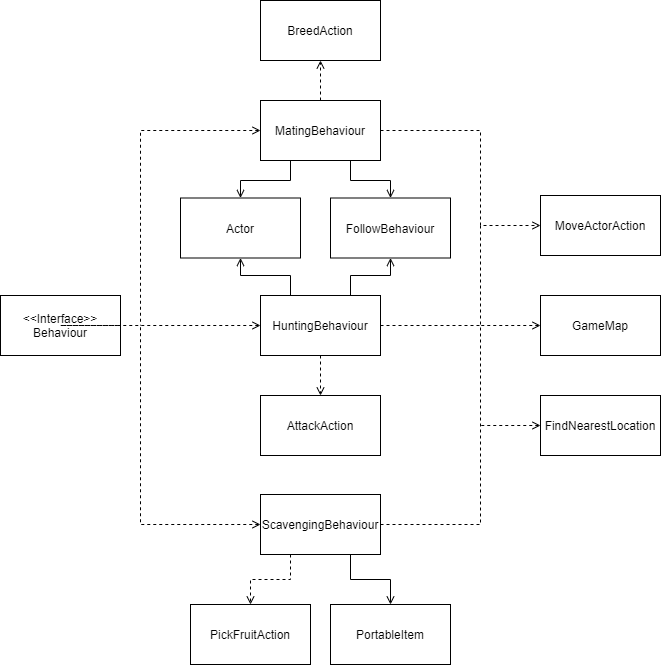
Nochl/Jurrasic_Park_Sim keeps this draw.io diagram as docs/FIT2099_A1_UML_Behaviour.png. Above is the earlier version. Source tidied: cells renumbered, new cells last; positions are measured from the earlier drawing's top-left corner, leaving out a move shared by most shapes.
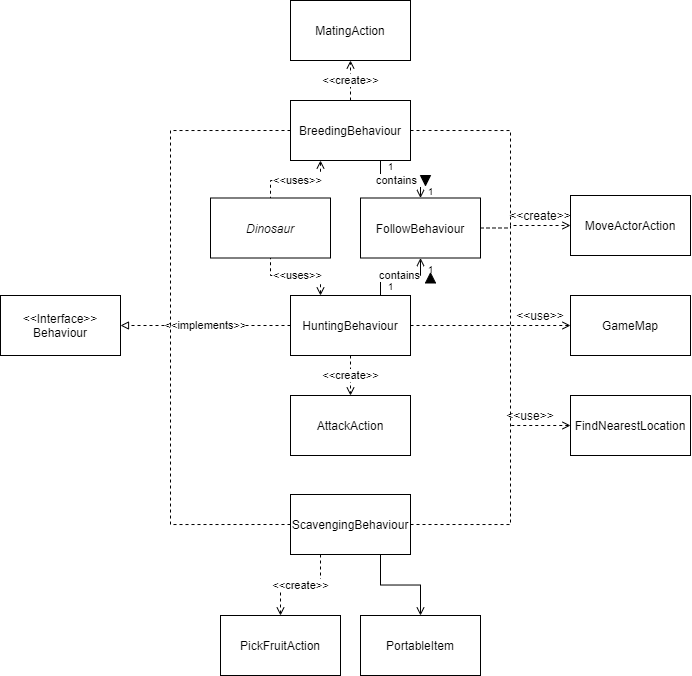
After the change.

Commit message:
fixed arrows and relationships. Added multiplicities and tags

What changed in the source:
```diff
@@ -2,10 +2,10 @@
   <root>
     <mxCell id="0" />
     <mxCell id="1" parent="0" />
-    <mxCell id="2" style="edgeStyle=orthogonalEdgeStyle;rounded=0;jettySize=auto;html=1;entryX=0.5;entryY=1;entryDx=0;entryDy=0;dashed=1;endArrow=open;endFill=0;" parent="1" edge="1" source="5" target="18">
+    <mxCell id="2" value="&amp;lt;&amp;lt;create&amp;gt;&amp;gt;" style="edgeStyle=orthogonalEdgeStyle;rounded=0;jettySize=auto;html=1;entryX=0.5;entryY=1;entryDx=0;entryDy=0;dashed=1;endArrow=open;endFill=0;" parent="1" edge="1" source="5" target="18">
       <mxGeometry relative="1" as="geometry" />
     </mxCell>
-    <mxCell id="3" style="edgeStyle=orthogonalEdgeStyle;rounded=0;jettySize=auto;html=1;exitX=0.25;exitY=1;exitDx=0;exitDy=0;entryX=0.5;entryY=0;entryDx=0;entryDy=0;startArrow=none;startFill=0;endArrow=open;endFill=0;" parent="1" edge="1" source="5" target="20">
+    <mxCell id="3" value="&amp;lt;&amp;lt;uses&amp;gt;&amp;gt;" style="edgeStyle=orthogonalEdgeStyle;rounded=0;jettySize=auto;html=1;exitX=0.25;exitY=1;exitDx=0;exitDy=0;entryX=0.5;entryY=0;entryDx=0;entryDy=0;startArrow=open;startFill=0;endArrow=none;endFill=0;dashed=1;" parent="1" edge="1" source="5" target="20">
       <mxGeometry relative="1" as="geometry">
         <Array as="points">
           <mxPoint x="290" y="180" />
@@ -13,25 +13,28 @@
         </Array>
       </mxGeometry>
     </mxCell>
-    <mxCell id="4" style="edgeStyle=orthogonalEdgeStyle;rounded=0;jettySize=auto;html=1;exitX=0.75;exitY=1;exitDx=0;exitDy=0;startArrow=none;startFill=0;endArrow=open;endFill=0;" parent="1" edge="1" source="5" target="32">
+    <mxCell id="4" value="contains&amp;nbsp;&amp;nbsp;&lt;span style=&quot;color: rgba(0 , 0 , 0 , 0) ; font-family: monospace ; font-size: 0px ; background-color: rgb(248 , 249 , 250)&quot;&gt;%3CmxGraphModel%3E%3Croot%3E%3CmxCell%20id%3D%220%22%2F%3E%3CmxCell%20id%3D%221%22%20parent%3D%220%22%2F%3E%3CmxCell%20id%3D%222%22%20value%3D%22%22%20style%3D%22triangle%3BwhiteSpace%3Dwrap%3Bhtml%3D1%3BfillColor%3D%23000000%3B%22%20vertex%3D%221%22%20parent%3D%221%22%3E%3CmxGeometry%20x%3D%22570%22%20y%3D%22665%22%20width%3D%2210%22%20height%3D%2210%22%20as%3D%22geometry%22%2F%3E%3C%2FmxCell%3E%3C%2Froot%3E%3C%2FmxGraphModel%3E&lt;/span&gt;" style="edgeStyle=orthogonalEdgeStyle;rounded=0;jettySize=auto;html=1;exitX=0.75;exitY=1;exitDx=0;exitDy=0;startArrow=none;startFill=0;endArrow=open;endFill=0;" parent="1" edge="1" source="5" target="32">
       <mxGeometry relative="1" as="geometry" />
     </mxCell>
-    <mxCell id="5" value="MatingBehaviour" style="whiteSpace=wrap;html=1;" parent="1" vertex="1">
+    <mxCell id="5" value="BreedingBehaviour" style="whiteSpace=wrap;html=1;" parent="1" vertex="1">
       <mxGeometry x="260" y="100" width="120" height="60" as="geometry" />
     </mxCell>
-    <mxCell id="6" style="edgeStyle=orthogonalEdgeStyle;rounded=0;jettySize=auto;html=1;dashed=1;endArrow=open;endFill=0;" parent="1" edge="1" source="9" target="14">
+    <mxCell id="6" value="&amp;lt;&amp;lt;create&amp;gt;&amp;gt;" style="edgeStyle=orthogonalEdgeStyle;rounded=0;jettySize=auto;html=1;dashed=1;endArrow=open;endFill=0;" parent="1" edge="1" source="9" target="14">
       <mxGeometry relative="1" as="geometry" />
     </mxCell>
-    <mxCell id="7" style="edgeStyle=orthogonalEdgeStyle;rounded=0;jettySize=auto;html=1;exitX=0.25;exitY=0;exitDx=0;exitDy=0;entryX=0.5;entryY=1;entryDx=0;entryDy=0;startArrow=none;startFill=0;endArrow=open;endFill=0;" parent="1" edge="1" source="9" target="20">
+    <mxCell id="7" value="&amp;lt;&amp;lt;uses&amp;gt;&amp;gt;" style="edgeStyle=orthogonalEdgeStyle;rounded=0;jettySize=auto;html=1;exitX=0.25;exitY=0;exitDx=0;exitDy=0;entryX=0.5;entryY=1;entryDx=0;entryDy=0;startArrow=open;startFill=0;endArrow=none;endFill=0;dashed=1;" parent="1" edge="1" source="9" target="20">
       <mxGeometry relative="1" as="geometry" />
     </mxCell>
-    <mxCell id="8" style="edgeStyle=orthogonalEdgeStyle;rounded=0;jettySize=auto;html=1;exitX=0.75;exitY=0;exitDx=0;exitDy=0;entryX=0.5;entryY=1;entryDx=0;entryDy=0;startArrow=none;startFill=0;endArrow=open;endFill=0;" parent="1" edge="1" source="9" target="32">
+    <mxCell id="8" value="contains" style="edgeStyle=orthogonalEdgeStyle;rounded=0;jettySize=auto;html=1;exitX=0.75;exitY=0;exitDx=0;exitDy=0;entryX=0.5;entryY=1;entryDx=0;entryDy=0;startArrow=none;startFill=0;endArrow=open;endFill=0;" parent="1" edge="1" source="9" target="32">
       <mxGeometry relative="1" as="geometry" />
     </mxCell>
+    <mxCell id="30" value="&amp;lt;&amp;lt;implements&amp;gt;&amp;gt;" style="edgeStyle=orthogonalEdgeStyle;rounded=0;jettySize=auto;html=1;exitX=0;exitY=0.5;exitDx=0;exitDy=0;entryX=1;entryY=0.5;entryDx=0;entryDy=0;dashed=1;endArrow=block;endFill=0;" parent="1" edge="1" source="9" target="13">
+      <mxGeometry relative="1" as="geometry" />
+    </mxCell>
     <mxCell id="9" value="HuntingBehaviour" style="whiteSpace=wrap;html=1;" parent="1" vertex="1">
       <mxGeometry x="260" y="295" width="120" height="60" as="geometry" />
     </mxCell>
-    <mxCell id="10" style="edgeStyle=orthogonalEdgeStyle;rounded=0;jettySize=auto;html=1;entryX=0.5;entryY=0;entryDx=0;entryDy=0;dashed=1;endArrow=open;endFill=0;exitX=0.25;exitY=1;exitDx=0;exitDy=0;" parent="1" edge="1" source="12" target="17">
+    <mxCell id="10" value="&amp;lt;&amp;lt;create&amp;gt;&amp;gt;" style="edgeStyle=orthogonalEdgeStyle;rounded=0;jettySize=auto;html=1;entryX=0.5;entryY=0;entryDx=0;entryDy=0;dashed=1;endArrow=open;endFill=0;exitX=0.25;exitY=1;exitDx=0;exitDy=0;" parent="1" edge="1" source="12" target="17">
       <mxGeometry relative="1" as="geometry" />
     </mxCell>
     <mxCell id="11" style="edgeStyle=orthogonalEdgeStyle;rounded=0;jettySize=auto;html=1;exitX=0.75;exitY=1;exitDx=0;exitDy=0;entryX=0.5;entryY=0;entryDx=0;entryDy=0;startArrow=none;startFill=0;endArrow=open;endFill=0;" parent="1" edge="1" source="12" target="19">
@@ -41,7 +44,7 @@
       <mxGeometry x="260" y="494" width="120" height="60" as="geometry" />
     </mxCell>
     <mxCell id="13" value="&amp;lt;&amp;lt;Interface&amp;gt;&amp;gt;&lt;br&gt;Behaviour" style="whiteSpace=wrap;html=1;" parent="1" vertex="1">
-      <mxGeometry y="295" width="120" height="60" as="geometry" />
+      <mxGeometry x="-30" y="295" width="120" height="60" as="geometry" />
     </mxCell>
     <mxCell id="14" value="AttackAction" style="whiteSpace=wrap;html=1;" parent="1" vertex="1">
       <mxGeometry x="260" y="395" width="120" height="60" as="geometry" />
@@ -53,22 +56,22 @@
       <mxGeometry x="540" y="295" width="120" height="60" as="geometry" />
     </mxCell>
     <mxCell id="17" value="PickFruitAction" style="whiteSpace=wrap;html=1;" parent="1" vertex="1">
-      <mxGeometry x="190" y="604" width="120" height="60" as="geometry" />
+      <mxGeometry x="190" y="615" width="120" height="60" as="geometry" />
     </mxCell>
-    <mxCell id="18" value="BreedAction" style="whiteSpace=wrap;html=1;" parent="1" vertex="1">
+    <mxCell id="18" value="MatingAction" style="whiteSpace=wrap;html=1;" parent="1" vertex="1">
       <mxGeometry x="260" width="120" height="60" as="geometry" />
     </mxCell>
     <mxCell id="19" value="PortableItem" style="whiteSpace=wrap;html=1;" parent="1" vertex="1">
-      <mxGeometry x="330" y="604" width="120" height="60" as="geometry" />
+      <mxGeometry x="330" y="615" width="120" height="60" as="geometry" />
     </mxCell>
-    <mxCell id="20" value="Actor" style="whiteSpace=wrap;html=1;" parent="1" vertex="1">
+    <mxCell id="20" value="&lt;i&gt;Dinosaur&lt;/i&gt;" style="whiteSpace=wrap;html=1;" parent="1" vertex="1">
       <mxGeometry x="180" y="197.5" width="120" height="60" as="geometry" />
     </mxCell>
     <mxCell id="21" value="FindNearestLocation" style="whiteSpace=wrap;html=1;" parent="1" vertex="1">
       <mxGeometry x="540" y="395" width="120" height="60" as="geometry" />
     </mxCell>
     <mxCell id="22" style="group;" parent="1" vertex="1">
-      <mxGeometry x="480" y="130" width="20" height="295" as="geometry" />
+      <mxGeometry x="480" y="130" width="50" height="295" as="geometry" />
     </mxCell>
     <mxCell id="23" style="edgeStyle=orthogonalEdgeStyle;rounded=0;jettySize=auto;html=1;exitX=1;exitY=0.5;exitDx=0;exitDy=0;entryX=0;entryY=0.5;entryDx=0;entryDy=0;dashed=1;startArrow=none;startFill=0;endArrow=open;endFill=0;" parent="22" edge="1" source="5" target="15">
       <mxGeometry relative="1" as="geometry">
@@ -101,29 +104,53 @@
         </Array>
       </mxGeometry>
     </mxCell>
+    <mxCell id="33" value="&amp;lt;&amp;lt;use&amp;gt;&amp;gt;" style="text;html=1;strokeColor=none;fillColor=none;align=center;verticalAlign=middle;whiteSpace=wrap;rounded=0;" parent="22" vertex="1">
+      <mxGeometry y="275" width="40" height="20" as="geometry" />
+    </mxCell>
+    <mxCell id="34" value="&amp;lt;&amp;lt;create&amp;gt;&amp;gt;" style="text;html=1;strokeColor=none;fillColor=none;align=center;verticalAlign=middle;whiteSpace=wrap;rounded=0;" parent="22" vertex="1">
+      <mxGeometry x="10" y="75" width="40" height="20" as="geometry" />
+    </mxCell>
     <mxCell id="28" style="group;" parent="1" vertex="1">
       <mxGeometry x="140" y="130" width="80" height="195" as="geometry" />
     </mxCell>
-    <mxCell id="29" style="edgeStyle=orthogonalEdgeStyle;rounded=0;jettySize=auto;html=1;exitX=0;exitY=0.5;exitDx=0;exitDy=0;dashed=1;startArrow=open;startFill=0;endArrow=none;endFill=0;" parent="28" edge="1" source="5">
+    <mxCell id="29" style="edgeStyle=orthogonalEdgeStyle;rounded=0;jettySize=auto;html=1;exitX=0;exitY=0.5;exitDx=0;exitDy=0;dashed=1;startArrow=none;startFill=0;endArrow=none;endFill=0;" parent="28" edge="1" source="5">
       <mxGeometry relative="1" as="geometry">
         <mxPoint y="195" as="targetPoint" />
       </mxGeometry>
     </mxCell>
-    <mxCell id="30" style="edgeStyle=orthogonalEdgeStyle;rounded=0;jettySize=auto;html=1;exitX=0;exitY=0.5;exitDx=0;exitDy=0;entryX=1;entryY=0.5;entryDx=0;entryDy=0;dashed=1;endArrow=none;endFill=0;startArrow=open;startFill=0;" parent="28" edge="1" source="9" target="13">
-      <mxGeometry relative="1" as="geometry">
-        <Array as="points">
-          <mxPoint x="-80" y="195" />
-          <mxPoint x="-80" y="195" />
-        </Array>
-      </mxGeometry>
-    </mxCell>
-    <mxCell id="31" style="edgeStyle=orthogonalEdgeStyle;rounded=0;jettySize=auto;html=1;exitX=0;exitY=0.5;exitDx=0;exitDy=0;startArrow=open;startFill=0;endArrow=none;endFill=0;dashed=1;" parent="28" edge="1" source="12">
+    <mxCell id="31" style="edgeStyle=orthogonalEdgeStyle;rounded=0;jettySize=auto;html=1;exitX=0;exitY=0.5;exitDx=0;exitDy=0;startArrow=none;startFill=0;endArrow=none;endFill=0;dashed=1;" parent="28" edge="1" source="12">
       <mxGeometry relative="1" as="geometry">
         <mxPoint y="195" as="targetPoint" />
       </mxGeometry>
     </mxCell>
+    <mxCell id="35" style="edgeStyle=orthogonalEdgeStyle;rounded=0;jettySize=auto;html=1;exitX=1;exitY=0.5;exitDx=0;exitDy=0;dashed=1;startArrow=none;startFill=0;endArrow=none;endFill=0;" parent="1" edge="1" source="32">
+      <mxGeometry relative="1" as="geometry">
+        <mxPoint x="480" y="228" as="targetPoint" />
+      </mxGeometry>
+    </mxCell>
     <mxCell id="32" value="FollowBehaviour" style="whiteSpace=wrap;html=1;" parent="1" vertex="1">
       <mxGeometry x="330" y="197.5" width="120" height="60" as="geometry" />
     </mxCell>
+    <mxCell id="36" value="&amp;lt;&amp;lt;use&amp;gt;&amp;gt;" style="text;html=1;strokeColor=none;fillColor=none;align=center;verticalAlign=middle;whiteSpace=wrap;rounded=0;" parent="1" vertex="1">
+      <mxGeometry x="490" y="305" width="40" height="20" as="geometry" />
+    </mxCell>
+    <mxCell id="37" value="&lt;font style=&quot;font-size: 10px&quot;&gt;1&lt;/font&gt;" style="text;html=1;align=center;verticalAlign=middle;strokeColor=none;" parent="1" vertex="1">
+      <mxGeometry x="350" y="275" width="20" height="20" as="geometry" />
+    </mxCell>
+    <mxCell id="38" value="&lt;font style=&quot;font-size: 10px&quot;&gt;1&lt;/font&gt;" style="text;html=1;align=center;verticalAlign=middle;strokeColor=none;" parent="1" vertex="1">
+      <mxGeometry x="390" y="257.5" width="20" height="20" as="geometry" />
+    </mxCell>
+    <mxCell id="39" value="&lt;font style=&quot;font-size: 10px&quot;&gt;1&lt;/font&gt;" style="text;html=1;align=center;verticalAlign=middle;strokeColor=none;" parent="1" vertex="1">
+      <mxGeometry x="350" y="155" width="20" height="20" as="geometry" />
+    </mxCell>
+    <mxCell id="40" value="&lt;font style=&quot;font-size: 10px&quot;&gt;1&lt;/font&gt;" style="text;html=1;align=center;verticalAlign=middle;strokeColor=none;" parent="1" vertex="1">
+      <mxGeometry x="390" y="180" width="20" height="20" as="geometry" />
+    </mxCell>
+    <mxCell id="41" style="triangle;whiteSpace=wrap;html=1;fillColor=#000000;direction=south;" parent="1" vertex="1">
+      <mxGeometry x="390" y="175" width="10" height="10" as="geometry" />
+    </mxCell>
+    <mxCell id="42" style="triangle;whiteSpace=wrap;html=1;fillColor=#000000;direction=north;" parent="1" vertex="1">
+      <mxGeometry x="395" y="272.5" width="10" height="10" as="geometry" />
+    </mxCell>
   </root>
 </mxGraphModel>
```
